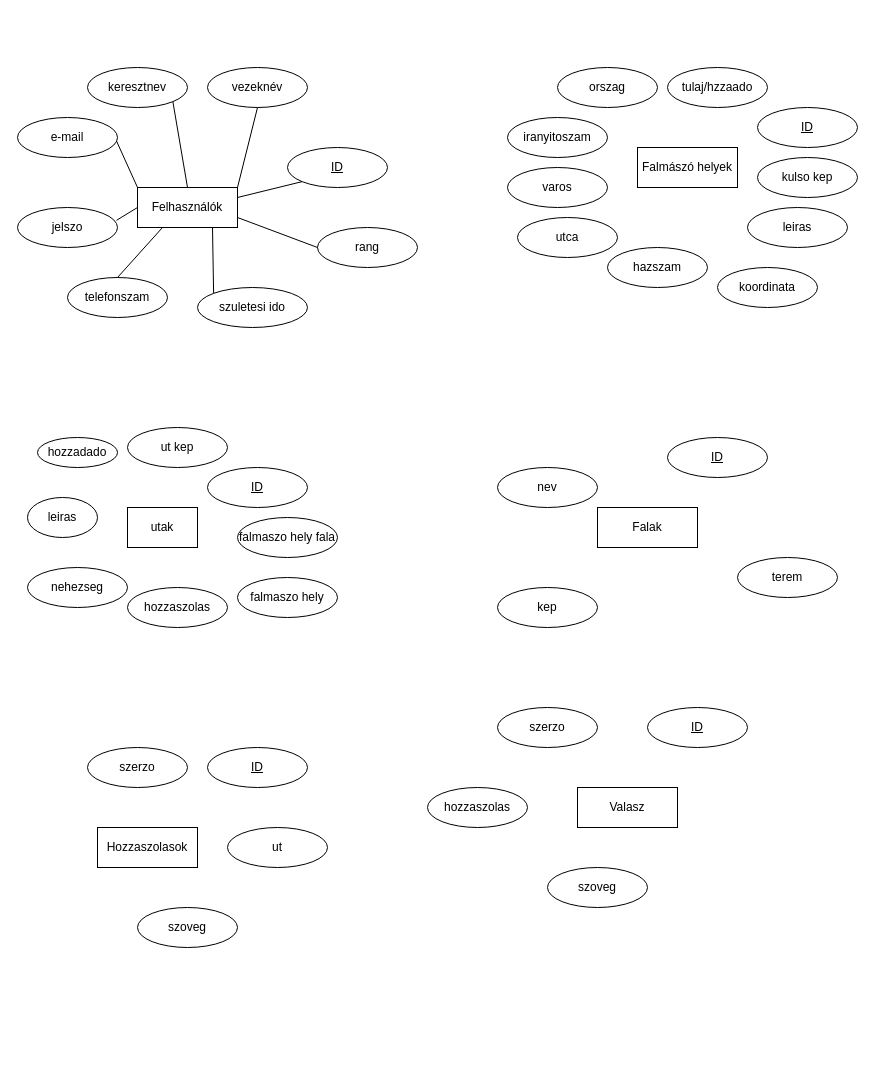
The draw.io diagram docs/db diagram/falmaszasdb_ek.drawio in meszarosmarton1007/szakdolgozatFalmaszas, before the edit. Source tidied: cells renumbered, new cells numbered last; positions are measured from the earlier drawing's top-left corner, leaving out a move shared by most shapes. Both pictures are drawn from the tidied source at 100%, with x=0, y=0 at pixel (17, 67).
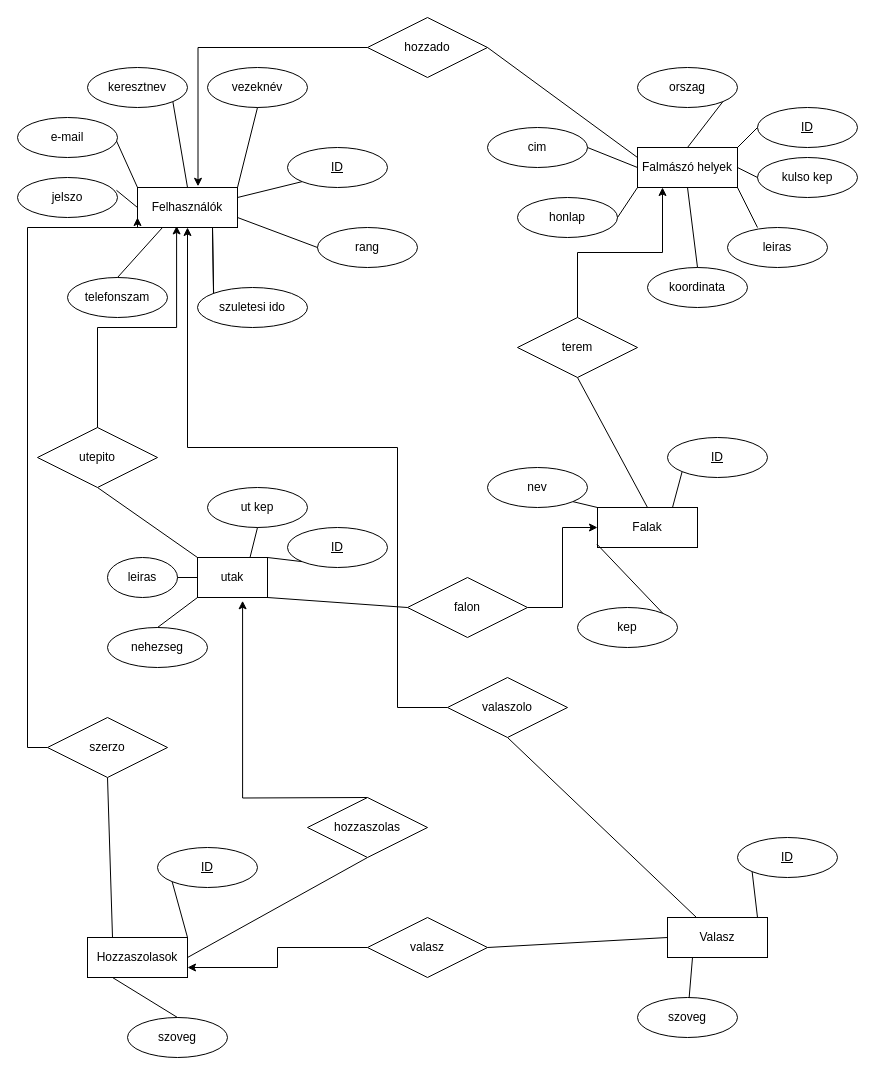
After the change.

Commit message:
E-K diagram egyszerűsítése és kapcsolatok kiegészítése

A korábbi E-K diaframmot kiegészítettem a kapcsolatokkal és egyszerűsítettem az attribútumokat

Unchanged cells that the change refers to:
```xml
<mxCell id="2" value="Felhasználók" style="whiteSpace=wrap;html=1;align=center;" parent="1" vertex="1">
  <mxGeometry x="120" y="120" width="100" height="40" as="geometry" />
</mxCell>
<mxCell id="19" value="Falmászó helyek" style="whiteSpace=wrap;html=1;align=center;" parent="1" vertex="1">
  <mxGeometry x="620" y="80" width="100" height="40" as="geometry" />
</mxCell>
<mxCell id="20" value="ID" style="ellipse;whiteSpace=wrap;html=1;align=center;fontStyle=4;" parent="1" vertex="1">
  <mxGeometry x="740" y="40" width="100" height="40" as="geometry" />
</mxCell>
<mxCell id="29" value="kulso kep" style="ellipse;whiteSpace=wrap;html=1;align=center;" parent="1" vertex="1">
  <mxGeometry x="740" y="90" width="100" height="40" as="geometry" />
</mxCell>
<mxCell id="39" value="Falak" style="whiteSpace=wrap;html=1;align=center;" parent="1" vertex="1">
  <mxGeometry x="580" y="440" width="100" height="40" as="geometry" />
</mxCell>
<mxCell id="41" value="ID" style="ellipse;whiteSpace=wrap;html=1;align=center;fontStyle=4;" parent="1" vertex="1">
  <mxGeometry x="650" y="370" width="100" height="40" as="geometry" />
</mxCell>
```

Diff of the diagram source:
```diff
@@
     <mxCell id="7" value="jelszo" style="ellipse;whiteSpace=wrap;html=1;align=center;" parent="1" vertex="1">
-      <mxGeometry y="140" width="100" height="40" as="geometry" />
+      <mxGeometry y="110" width="100" height="40" as="geometry" />
     </mxCell>
@@
-    <mxCell id="21" value="tulaj/hzzaado" style="ellipse;whiteSpace=wrap;html=1;align=center;" parent="1" vertex="1">
-      <mxGeometry x="650" width="100" height="40" as="geometry" />
-    </mxCell>
     <mxCell id="22" value="orszag" style="ellipse;whiteSpace=wrap;html=1;align=center;" parent="1" vertex="1">
-      <mxGeometry x="540" width="100" height="40" as="geometry" />
+      <mxGeometry x="620" width="100" height="40" as="geometry" />
     </mxCell>
-    <mxCell id="23" value="iranyitoszam" style="ellipse;whiteSpace=wrap;html=1;align=center;" parent="1" vertex="1">
-      <mxGeometry x="490" y="50" width="100" height="40" as="geometry" />
+    <mxCell id="23" value="cim" style="ellipse;whiteSpace=wrap;html=1;align=center;" parent="1" vertex="1">
+      <mxGeometry x="470" y="60" width="100" height="40" as="geometry" />
     </mxCell>
-    <mxCell id="24" value="utca" style="ellipse;whiteSpace=wrap;html=1;align=center;" parent="1" vertex="1">
-      <mxGeometry x="500" y="150" width="100" height="40" as="geometry" />
-    </mxCell>
-    <mxCell id="25" value="varos" style="ellipse;whiteSpace=wrap;html=1;align=center;" parent="1" vertex="1">
-      <mxGeometry x="490" y="100" width="100" height="40" as="geometry" />
-    </mxCell>
-    <mxCell id="26" value="hazszam" style="ellipse;whiteSpace=wrap;html=1;align=center;" parent="1" vertex="1">
-      <mxGeometry x="590" y="180" width="100" height="40" as="geometry" />
-    </mxCell>
     <mxCell id="27" value="koordinata" style="ellipse;whiteSpace=wrap;html=1;align=center;" parent="1" vertex="1">
-      <mxGeometry x="700" y="200" width="100" height="40" as="geometry" />
+      <mxGeometry x="630" y="200" width="100" height="40" as="geometry" />
     </mxCell>
     <mxCell id="28" value="leiras" style="ellipse;whiteSpace=wrap;html=1;align=center;" parent="1" vertex="1">
-      <mxGeometry x="730" y="140" width="100" height="40" as="geometry" />
+      <mxGeometry x="710" y="160" width="100" height="40" as="geometry" />
     </mxCell>
@@
     <mxCell id="30" value="utak" style="whiteSpace=wrap;html=1;align=center;" parent="1" vertex="1">
-      <mxGeometry x="110" y="440" width="70" height="40" as="geometry" />
+      <mxGeometry x="180" y="490" width="70" height="40" as="geometry" />
     </mxCell>
     <mxCell id="31" value="ID" style="ellipse;whiteSpace=wrap;html=1;align=center;fontStyle=4;" parent="1" vertex="1">
-      <mxGeometry x="190" y="400" width="100" height="40" as="geometry" />
+      <mxGeometry x="270" y="460" width="100" height="40" as="geometry" />
     </mxCell>
     <mxCell id="32" value="ut kep" style="ellipse;whiteSpace=wrap;html=1;align=center;" parent="1" vertex="1">
-      <mxGeometry x="110" y="360" width="100" height="40" as="geometry" />
+      <mxGeometry x="190" y="420" width="100" height="40" as="geometry" />
     </mxCell>
-    <mxCell id="33" value="hozzadado" style="ellipse;whiteSpace=wrap;html=1;align=center;" parent="1" vertex="1">
-      <mxGeometry x="20" y="370" width="80" height="30" as="geometry" />
-    </mxCell>
     <mxCell id="34" value="leiras" style="ellipse;whiteSpace=wrap;html=1;align=center;" parent="1" vertex="1">
-      <mxGeometry x="10" y="430" width="70" height="40" as="geometry" />
+      <mxGeometry x="90" y="490" width="70" height="40" as="geometry" />
     </mxCell>
     <mxCell id="35" value="nehezseg" style="ellipse;whiteSpace=wrap;html=1;align=center;" parent="1" vertex="1">
-      <mxGeometry x="10" y="500" width="100" height="40" as="geometry" />
+      <mxGeometry x="90" y="560" width="100" height="40" as="geometry" />
     </mxCell>
-    <mxCell id="36" value="hozzaszolas" style="ellipse;whiteSpace=wrap;html=1;align=center;" parent="1" vertex="1">
-      <mxGeometry x="110" y="520" width="100" height="40" as="geometry" />
-    </mxCell>
-    <mxCell id="37" value="falmaszo hely" style="ellipse;whiteSpace=wrap;html=1;align=center;" parent="1" vertex="1">
-      <mxGeometry x="220" y="510" width="100" height="40" as="geometry" />
-    </mxCell>
-    <mxCell id="38" value="falmaszo hely fala" style="ellipse;whiteSpace=wrap;html=1;align=center;" parent="1" vertex="1">
-      <mxGeometry x="220" y="450" width="100" height="40" as="geometry" />
-    </mxCell>
@@
     <mxCell id="40" value="nev" style="ellipse;whiteSpace=wrap;html=1;align=center;" parent="1" vertex="1">
-      <mxGeometry x="480" y="400" width="100" height="40" as="geometry" />
+      <mxGeometry x="470" y="400" width="100" height="40" as="geometry" />
     </mxCell>
@@
-    <mxCell id="42" value="terem" style="ellipse;whiteSpace=wrap;html=1;align=center;" parent="1" vertex="1">
-      <mxGeometry x="720" y="490" width="100" height="40" as="geometry" />
-    </mxCell>
     <mxCell id="43" value="kep" style="ellipse;whiteSpace=wrap;html=1;align=center;" parent="1" vertex="1">
-      <mxGeometry x="480" y="520" width="100" height="40" as="geometry" />
+      <mxGeometry x="560" y="540" width="100" height="40" as="geometry" />
     </mxCell>
     <mxCell id="44" value="Hozzaszolasok" style="whiteSpace=wrap;html=1;align=center;" parent="1" vertex="1">
-      <mxGeometry x="80" y="760" width="100" height="40" as="geometry" />
+      <mxGeometry x="70" y="870" width="100" height="40" as="geometry" />
     </mxCell>
     <mxCell id="45" value="ID" style="ellipse;whiteSpace=wrap;html=1;align=center;fontStyle=4;" parent="1" vertex="1">
-      <mxGeometry x="190" y="680" width="100" height="40" as="geometry" />
+      <mxGeometry x="140" y="780" width="100" height="40" as="geometry" />
     </mxCell>
-    <mxCell id="46" value="szerzo" style="ellipse;whiteSpace=wrap;html=1;align=center;" parent="1" vertex="1">
-      <mxGeometry x="70" y="680" width="100" height="40" as="geometry" />
-    </mxCell>
-    <mxCell id="47" value="ut" style="ellipse;whiteSpace=wrap;html=1;align=center;" parent="1" vertex="1">
-      <mxGeometry x="210" y="760" width="100" height="40" as="geometry" />
-    </mxCell>
     <mxCell id="48" value="szoveg" style="ellipse;whiteSpace=wrap;html=1;align=center;" parent="1" vertex="1">
-      <mxGeometry x="120" y="840" width="100" height="40" as="geometry" />
+      <mxGeometry x="110" y="950" width="100" height="40" as="geometry" />
     </mxCell>
     <mxCell id="49" value="Valasz" style="whiteSpace=wrap;html=1;align=center;" parent="1" vertex="1">
-      <mxGeometry x="560" y="720" width="100" height="40" as="geometry" />
+      <mxGeometry x="650" y="850" width="100" height="40" as="geometry" />
     </mxCell>
     <mxCell id="50" value="ID" style="ellipse;whiteSpace=wrap;html=1;align=center;fontStyle=4;" parent="1" vertex="1">
-      <mxGeometry x="630" y="640" width="100" height="40" as="geometry" />
+      <mxGeometry x="720" y="770" width="100" height="40" as="geometry" />
     </mxCell>
-    <mxCell id="51" value="szerzo" style="ellipse;whiteSpace=wrap;html=1;align=center;" parent="1" vertex="1">
-      <mxGeometry x="480" y="640" width="100" height="40" as="geometry" />
-    </mxCell>
-    <mxCell id="52" value="hozzaszolas" style="ellipse;whiteSpace=wrap;html=1;align=center;" parent="1" vertex="1">
-      <mxGeometry x="410" y="720" width="100" height="40" as="geometry" />
-    </mxCell>
     <mxCell id="53" value="szoveg" style="ellipse;whiteSpace=wrap;html=1;align=center;" parent="1" vertex="1">
-      <mxGeometry x="530" y="800" width="100" height="40" as="geometry" />
+      <mxGeometry x="620" y="930" width="100" height="40" as="geometry" />
     </mxCell>
+    <mxCell id="54" style="endArrow=none;html=1;rounded=0;exitX=0;exitY=0;exitDx=0;exitDy=0;entryX=0.75;entryY=1;entryDx=0;entryDy=0;" parent="1" edge="1">
+      <mxGeometry relative="1" as="geometry">
+        <mxPoint x="196" y="226" as="sourcePoint" />
+        <mxPoint x="195" y="160" as="targetPoint" />
+      </mxGeometry>
+    </mxCell>
+    <mxCell id="55" style="endArrow=none;html=1;rounded=0;exitX=1;exitY=0;exitDx=0;exitDy=0;entryX=0;entryY=0.5;entryDx=0;entryDy=0;" parent="1" edge="1" source="19" target="20">
+      <mxGeometry relative="1" as="geometry" />
+    </mxCell>
+    <mxCell id="56" value="honlap" style="ellipse;whiteSpace=wrap;html=1;align=center;" parent="1" vertex="1">
+      <mxGeometry x="500" y="130" width="100" height="40" as="geometry" />
+    </mxCell>
+    <mxCell id="57" style="endArrow=none;html=1;rounded=0;exitX=0.5;exitY=0;exitDx=0;exitDy=0;entryX=1;entryY=1;entryDx=0;entryDy=0;" parent="1" edge="1" source="19" target="22">
+      <mxGeometry relative="1" as="geometry" />
+    </mxCell>
+    <mxCell id="58" style="endArrow=none;html=1;rounded=0;exitX=0;exitY=0.5;exitDx=0;exitDy=0;entryX=1;entryY=0.5;entryDx=0;entryDy=0;" parent="1" edge="1" source="19" target="23">
+      <mxGeometry relative="1" as="geometry" />
+    </mxCell>
+    <mxCell id="59" style="endArrow=none;html=1;rounded=0;exitX=1;exitY=0.5;exitDx=0;exitDy=0;entryX=0;entryY=1;entryDx=0;entryDy=0;" parent="1" edge="1" source="56" target="19">
+      <mxGeometry relative="1" as="geometry" />
+    </mxCell>
+    <mxCell id="60" style="endArrow=none;html=1;rounded=0;exitX=0.5;exitY=0;exitDx=0;exitDy=0;entryX=0.5;entryY=1;entryDx=0;entryDy=0;" parent="1" edge="1" source="27" target="19">
+      <mxGeometry relative="1" as="geometry" />
+    </mxCell>
+    <mxCell id="61" style="endArrow=none;html=1;rounded=0;exitX=0.3;exitY=0;exitDx=0;exitDy=0;entryX=1;entryY=1;entryDx=0;entryDy=0;exitPerimeter=0;" parent="1" edge="1" source="28" target="19">
+      <mxGeometry relative="1" as="geometry" />
+    </mxCell>
+    <mxCell id="62" style="endArrow=none;html=1;rounded=0;exitX=1;exitY=0.5;exitDx=0;exitDy=0;entryX=0;entryY=0.5;entryDx=0;entryDy=0;" parent="1" edge="1" source="19" target="29">
+      <mxGeometry relative="1" as="geometry" />
+    </mxCell>
+    <mxCell id="63" style="endArrow=none;html=1;rounded=0;exitX=0;exitY=0;exitDx=0;exitDy=0;entryX=0.5;entryY=1;entryDx=0;entryDy=0;" parent="1" edge="1" source="30" target="85">
+      <mxGeometry relative="1" as="geometry" />
+    </mxCell>
+    <mxCell id="64" style="endArrow=none;html=1;rounded=0;exitX=0.75;exitY=0;exitDx=0;exitDy=0;entryX=0.5;entryY=1;entryDx=0;entryDy=0;" parent="1" edge="1" source="30" target="32">
+      <mxGeometry relative="1" as="geometry" />
+    </mxCell>
+    <mxCell id="65" style="endArrow=none;html=1;rounded=0;exitX=0;exitY=1;exitDx=0;exitDy=0;entryX=1;entryY=0;entryDx=0;entryDy=0;" parent="1" edge="1" source="31" target="30">
+      <mxGeometry relative="1" as="geometry" />
+    </mxCell>
+    <mxCell id="66" style="endArrow=none;html=1;rounded=0;exitX=1;exitY=1;exitDx=0;exitDy=0;entryX=0;entryY=0.5;entryDx=0;entryDy=0;" parent="1" edge="1" source="30" target="88">
+      <mxGeometry relative="1" as="geometry" />
+    </mxCell>
+    <mxCell id="67" style="endArrow=none;html=1;rounded=0;exitX=0.5;exitY=0;exitDx=0;exitDy=0;entryX=0;entryY=1;entryDx=0;entryDy=0;" parent="1" edge="1" source="35" target="30">
+      <mxGeometry relative="1" as="geometry" />
+    </mxCell>
+    <mxCell id="68" style="endArrow=none;html=1;rounded=0;exitX=0;exitY=0.5;exitDx=0;exitDy=0;entryX=1;entryY=0.5;entryDx=0;entryDy=0;" parent="1" edge="1" source="30" target="34">
+      <mxGeometry relative="1" as="geometry" />
+    </mxCell>
+    <mxCell id="69" style="endArrow=none;html=1;rounded=0;exitX=0.75;exitY=0;exitDx=0;exitDy=0;entryX=0;entryY=1;entryDx=0;entryDy=0;" parent="1" edge="1" source="39" target="41">
+      <mxGeometry relative="1" as="geometry" />
+    </mxCell>
+    <mxCell id="70" style="endArrow=none;html=1;rounded=0;exitX=0;exitY=0;exitDx=0;exitDy=0;entryX=1;entryY=1;entryDx=0;entryDy=0;" parent="1" edge="1" source="39" target="40">
+      <mxGeometry relative="1" as="geometry" />
+    </mxCell>
+    <mxCell id="71" style="endArrow=none;html=1;rounded=0;exitX=1;exitY=0;exitDx=0;exitDy=0;entryX=-0.007;entryY=0.913;entryDx=0;entryDy=0;entryPerimeter=0;" parent="1" edge="1" source="43" target="39">
+      <mxGeometry relative="1" as="geometry" />
+    </mxCell>
+    <mxCell id="72" style="endArrow=none;html=1;rounded=0;exitX=0.5;exitY=1;exitDx=0;exitDy=0;entryX=0.25;entryY=0;entryDx=0;entryDy=0;" parent="1" edge="1" source="90" target="44">
+      <mxGeometry relative="1" as="geometry" />
+    </mxCell>
+    <mxCell id="73" style="endArrow=none;html=1;rounded=0;exitX=0;exitY=1;exitDx=0;exitDy=0;entryX=1;entryY=0;entryDx=0;entryDy=0;" parent="1" edge="1" source="45" target="44">
+      <mxGeometry relative="1" as="geometry" />
+    </mxCell>
+    <mxCell id="74" style="endArrow=none;html=1;rounded=0;entryX=1;entryY=0.5;entryDx=0;entryDy=0;exitX=0.5;exitY=1;exitDx=0;exitDy=0;" parent="1" edge="1" source="92" target="44">
+      <mxGeometry relative="1" as="geometry" />
+    </mxCell>
+    <mxCell id="75" style="endArrow=none;html=1;rounded=0;exitX=0.5;exitY=0;exitDx=0;exitDy=0;entryX=0.25;entryY=1;entryDx=0;entryDy=0;" parent="1" edge="1" source="48" target="44">
+      <mxGeometry relative="1" as="geometry" />
+    </mxCell>
+    <mxCell id="76" style="endArrow=none;html=1;rounded=0;exitX=0.9;exitY=0;exitDx=0;exitDy=0;entryX=0;entryY=1;entryDx=0;entryDy=0;exitPerimeter=0;" parent="1" edge="1" source="49" target="50">
+      <mxGeometry relative="1" as="geometry" />
+    </mxCell>
+    <mxCell id="77" style="endArrow=none;html=1;rounded=0;entryX=0.5;entryY=1;entryDx=0;entryDy=0;" parent="1" edge="1" source="49" target="96">
+      <mxGeometry relative="1" as="geometry" />
+    </mxCell>
+    <mxCell id="78" style="endArrow=none;html=1;rounded=0;exitX=1;exitY=0.5;exitDx=0;exitDy=0;entryX=0;entryY=0.5;entryDx=0;entryDy=0;" parent="1" edge="1" source="94" target="49">
+      <mxGeometry relative="1" as="geometry" />
+    </mxCell>
+    <mxCell id="79" style="endArrow=none;html=1;rounded=0;entryX=0.25;entryY=1;entryDx=0;entryDy=0;" parent="1" edge="1" source="53" target="49">
+      <mxGeometry relative="1" as="geometry" />
+    </mxCell>
+    <mxCell id="80" value="hozzado" style="shape=rhombus;perimeter=rhombusPerimeter;whiteSpace=wrap;html=1;align=center;" parent="1" vertex="1">
+      <mxGeometry x="350" y="-50" width="120" height="60" as="geometry" />
+    </mxCell>
+    <mxCell id="81" style="edgeStyle=orthogonalEdgeStyle;rounded=0;jettySize=auto;html=1;entryX=0.605;entryY=-0.03;entryDx=0;entryDy=0;entryPerimeter=0;" parent="1" edge="1" source="80" target="2">
+      <mxGeometry relative="1" as="geometry" />
+    </mxCell>
+    <mxCell id="82" style="endArrow=none;html=1;rounded=0;exitX=0;exitY=0.25;exitDx=0;exitDy=0;entryX=1;entryY=0.5;entryDx=0;entryDy=0;" parent="1" edge="1" source="19" target="80">
+      <mxGeometry relative="1" as="geometry" />
+    </mxCell>
+    <mxCell id="83" style="edgeStyle=orthogonalEdgeStyle;rounded=0;jettySize=auto;html=1;entryX=0.25;entryY=1;entryDx=0;entryDy=0;" parent="1" edge="1" source="42" target="19">
+      <mxGeometry relative="1" as="geometry" />
+    </mxCell>
+    <mxCell id="42" value="terem" style="shape=rhombus;perimeter=rhombusPerimeter;whiteSpace=wrap;html=1;align=center;" parent="1" vertex="1">
+      <mxGeometry x="500" y="250" width="120" height="60" as="geometry" />
+    </mxCell>
+    <mxCell id="84" style="endArrow=none;html=1;rounded=0;exitX=0.5;exitY=0;exitDx=0;exitDy=0;entryX=0.5;entryY=1;entryDx=0;entryDy=0;" parent="1" edge="1" source="39" target="42">
+      <mxGeometry relative="1" as="geometry" />
+    </mxCell>
+    <mxCell id="85" value="utepito" style="shape=rhombus;perimeter=rhombusPerimeter;whiteSpace=wrap;html=1;align=center;" parent="1" vertex="1">
+      <mxGeometry x="20" y="360" width="120" height="60" as="geometry" />
+    </mxCell>
+    <mxCell id="86" style="edgeStyle=orthogonalEdgeStyle;rounded=0;jettySize=auto;html=1;entryX=0.391;entryY=0.961;entryDx=0;entryDy=0;entryPerimeter=0;" parent="1" edge="1" source="85" target="2">
+      <mxGeometry relative="1" as="geometry" />
+    </mxCell>
+    <mxCell id="87" style="edgeStyle=orthogonalEdgeStyle;rounded=0;jettySize=auto;html=1;entryX=0;entryY=0.5;entryDx=0;entryDy=0;" parent="1" edge="1" source="88" target="39">
+      <mxGeometry relative="1" as="geometry" />
+    </mxCell>
+    <mxCell id="88" value="falon" style="shape=rhombus;perimeter=rhombusPerimeter;whiteSpace=wrap;html=1;align=center;" parent="1" vertex="1">
+      <mxGeometry x="390" y="510" width="120" height="60" as="geometry" />
+    </mxCell>
+    <mxCell id="89" style="edgeStyle=orthogonalEdgeStyle;rounded=0;jettySize=auto;html=1;entryX=0;entryY=0.75;entryDx=0;entryDy=0;" parent="1" edge="1" source="90" target="2">
+      <mxGeometry relative="1" as="geometry">
+        <Array as="points">
+          <mxPoint x="10" y="680" />
+          <mxPoint x="10" y="160" />
+          <mxPoint x="120" y="160" />
+        </Array>
+      </mxGeometry>
+    </mxCell>
+    <mxCell id="90" value="szerzo" style="shape=rhombus;perimeter=rhombusPerimeter;whiteSpace=wrap;html=1;align=center;" parent="1" vertex="1">
+      <mxGeometry x="30" y="650" width="120" height="60" as="geometry" />
+    </mxCell>
+    <mxCell id="91" style="edgeStyle=orthogonalEdgeStyle;rounded=0;jettySize=auto;html=1;entryX=0.644;entryY=1.082;entryDx=0;entryDy=0;entryPerimeter=0;" parent="1" edge="1" target="30">
+      <mxGeometry relative="1" as="geometry">
+        <mxPoint x="350" y="730" as="sourcePoint" />
+      </mxGeometry>
+    </mxCell>
+    <mxCell id="92" value="hozzaszolas" style="shape=rhombus;perimeter=rhombusPerimeter;whiteSpace=wrap;html=1;align=center;" parent="1" vertex="1">
+      <mxGeometry x="290" y="730" width="120" height="60" as="geometry" />
+    </mxCell>
+    <mxCell id="93" style="edgeStyle=orthogonalEdgeStyle;rounded=0;jettySize=auto;html=1;entryX=1;entryY=0.75;entryDx=0;entryDy=0;" parent="1" edge="1" source="94" target="44">
+      <mxGeometry relative="1" as="geometry" />
+    </mxCell>
+    <mxCell id="94" value="valasz" style="shape=rhombus;perimeter=rhombusPerimeter;whiteSpace=wrap;html=1;align=center;" parent="1" vertex="1">
+      <mxGeometry x="350" y="850" width="120" height="60" as="geometry" />
+    </mxCell>
+    <mxCell id="95" style="edgeStyle=orthogonalEdgeStyle;rounded=0;jettySize=auto;html=1;entryX=0.5;entryY=1;entryDx=0;entryDy=0;" parent="1" edge="1" source="96" target="2">
+      <mxGeometry relative="1" as="geometry">
+        <Array as="points">
+          <mxPoint x="380" y="640" />
+          <mxPoint x="380" y="380" />
+          <mxPoint x="170" y="380" />
+        </Array>
+      </mxGeometry>
+    </mxCell>
+    <mxCell id="96" value="valaszolo" style="shape=rhombus;perimeter=rhombusPerimeter;whiteSpace=wrap;html=1;align=center;" parent="1" vertex="1">
+      <mxGeometry x="430" y="610" width="120" height="60" as="geometry" />
+    </mxCell>
```
